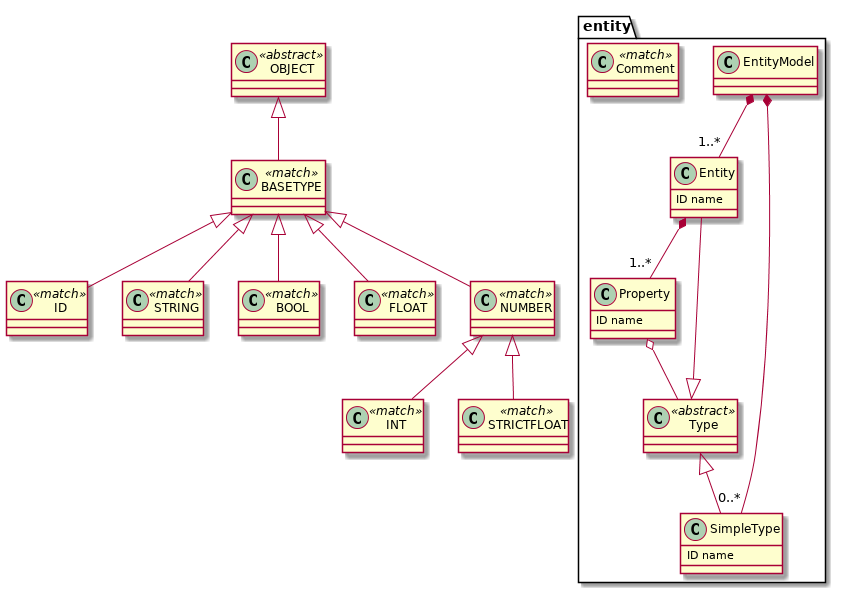
Before: latest/images/entity.png, a diagram exported from PlantUML (textX/textX). The source it was exported from:
```plantuml
@startuml
set namespaceSeparator .


class entity.EntityModel  {
}


class entity.Entity  {
  ID name
}


class entity.Property  {
  ID name
}


class entity.Type <<abstract>> {
}


class entity.SimpleType  {
  ID name
}


class entity.Comment <<match>> {
}


class ID <<match>> {
}


class STRING <<match>> {
}


class BOOL <<match>> {
}


class INT <<match>> {
}


class FLOAT <<match>> {
}


class STRICTFLOAT <<match>> {
}


class NUMBER <<match>> {
}


class BASETYPE <<match>> {
}


class OBJECT <<abstract>> {
}


entity.EntityModel *-- "0..*" entity.SimpleType
entity.EntityModel *-- "1..*" entity.Entity
entity.Entity *-- "1..*" entity.Property
entity.Property o-- entity.Type
entity.Type <|-- entity.SimpleType
entity.Type <|-- entity.Entity
NUMBER <|-- STRICTFLOAT
NUMBER <|-- INT
BASETYPE <|-- NUMBER
BASETYPE <|-- FLOAT
BASETYPE <|-- BOOL
BASETYPE <|-- ID
BASETYPE <|-- STRING
OBJECT <|-- BASETYPE
@enduml
```
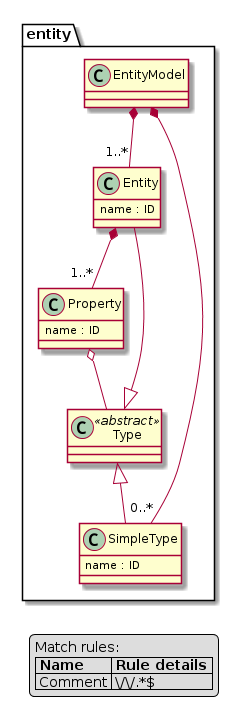
Above is the later version.

The edit, as a diff of the source:
```diff
@@ -7,12 +7,12 @@
 
 
 class entity.Entity  {
-  ID name
+  name : ID
 }
 
 
 class entity.Property  {
-  ID name
+  name : ID
 }
 
 
@@ -21,47 +21,7 @@
 
 
 class entity.SimpleType  {
-  ID name
-}
-
-
-class entity.Comment <<match>> {
-}
-
-
-class ID <<match>> {
-}
-
-
-class STRING <<match>> {
-}
-
-
-class BOOL <<match>> {
-}
-
-
-class INT <<match>> {
-}
-
-
-class FLOAT <<match>> {
-}
-
-
-class STRICTFLOAT <<match>> {
-}
-
-
-class NUMBER <<match>> {
-}
-
-
-class BASETYPE <<match>> {
-}
-
-
-class OBJECT <<abstract>> {
+  name : ID
 }
 
 
@@ -71,12 +31,11 @@
 entity.Property o-- entity.Type
 entity.Type <|-- entity.SimpleType
 entity.Type <|-- entity.Entity
-NUMBER <|-- STRICTFLOAT
-NUMBER <|-- INT
-BASETYPE <|-- NUMBER
-BASETYPE <|-- FLOAT
-BASETYPE <|-- BOOL
-BASETYPE <|-- ID
-BASETYPE <|-- STRING
-OBJECT <|-- BASETYPE
+
+legend
+  Match rules:
+  |= Name  |= Rule details |
+  | Comment | \\/\\/.*$ |
+end legend
+
 @enduml
```
